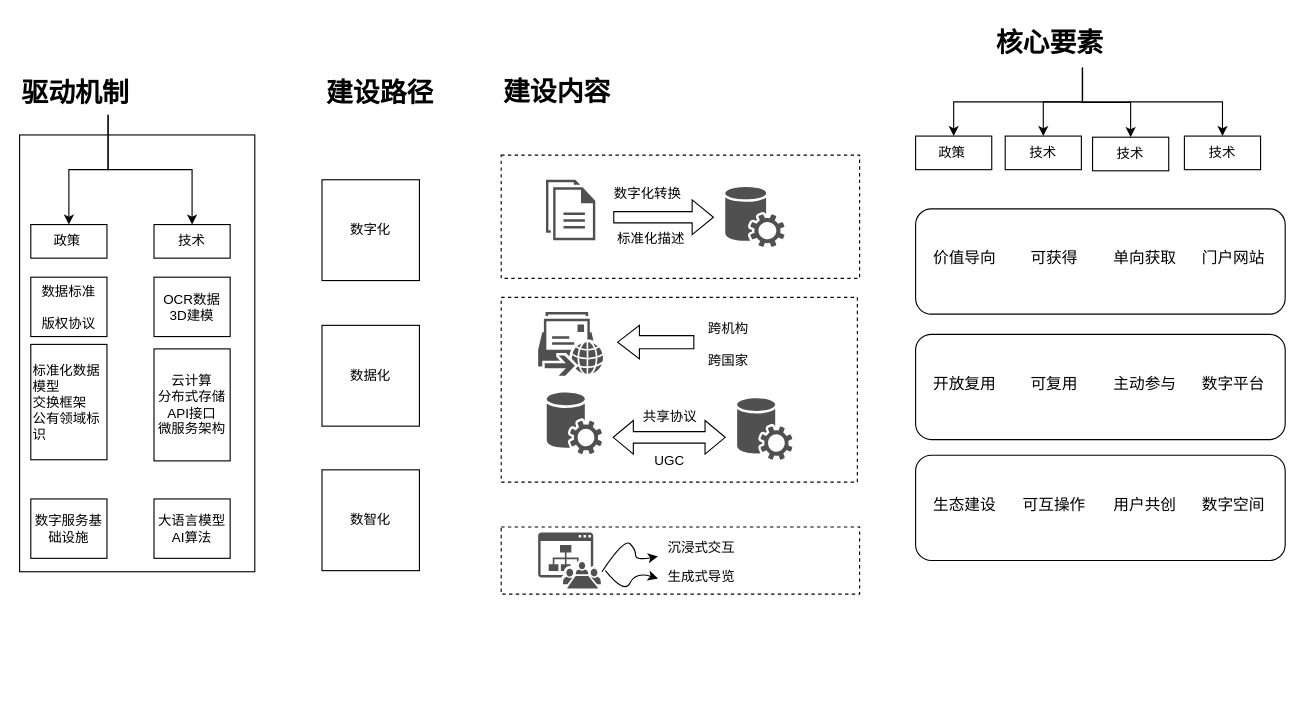
Before: 小宝架构1.drawio in Utah-wu/draw.io, a draw.io diagram. Source tidied: cells renumbered, new cells numbered last; positions are measured from the earlier drawing's top-left corner, leaving out a move shared by most shapes. Both pictures are drawn from the tidied source at 112%, with x=0, y=0 at pixel (19, 19).
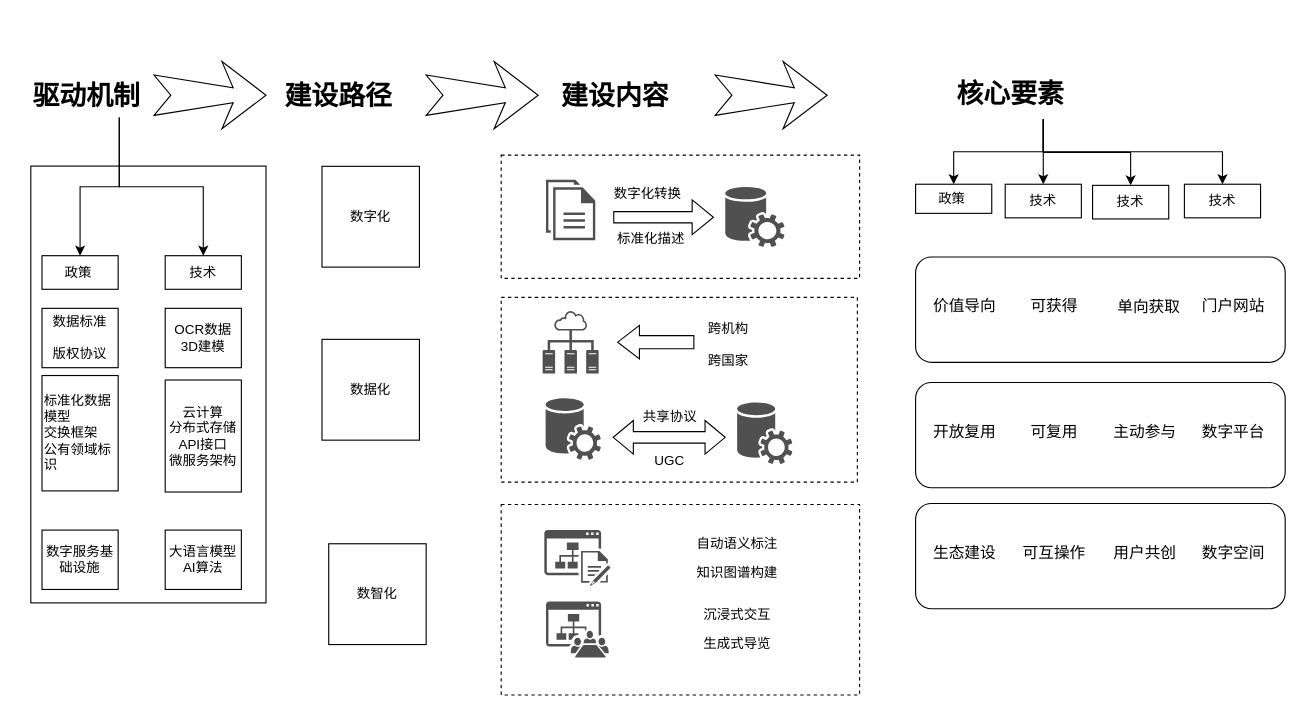
The same diagram, later.

Commit message (it also covers changes not shown here):
更新小宝架构1.drawio

Diff of the diagram source:
```diff
@@
     <mxCell id="3" style="rounded=0;whiteSpace=wrap;html=1;dashed=1;" parent="1" vertex="1">
-      <mxGeometry x="430" y="453" width="320" height="60" as="geometry" />
+      <mxGeometry x="430" y="433" width="320" height="170" as="geometry" />
     </mxCell>
@@
     <mxCell id="6" value="&lt;h1 style=&quot;margin-top: 0px;&quot;&gt;核心要素&lt;/h1&gt;" style="text;html=1;whiteSpace=wrap;overflow=hidden;rounded=0;" parent="1" vertex="1">
-      <mxGeometry x="870" width="158" height="43" as="geometry" />
+      <mxGeometry x="835" y="46" width="158" height="43" as="geometry" />
     </mxCell>
     <mxCell id="7" value="沉浸式交互" style="text;html=1;whiteSpace=wrap;strokeColor=none;fillColor=none;align=center;verticalAlign=middle;rounded=0;" parent="1" vertex="1">
-      <mxGeometry x="570" y="457" width="78" height="30" as="geometry" />
+      <mxGeometry x="602" y="516.5" width="78" height="30" as="geometry" />
     </mxCell>
     <mxCell id="8" value="生成式导览" style="text;html=1;whiteSpace=wrap;strokeColor=none;fillColor=none;align=center;verticalAlign=middle;rounded=0;" parent="1" vertex="1">
-      <mxGeometry x="570" y="483" width="78" height="30" as="geometry" />
+      <mxGeometry x="602" y="542.5" width="78" height="30" as="geometry" />
     </mxCell>
-    <mxCell id="9" style="curved=1;endArrow=classic;html=1;rounded=0;" parent="1" edge="1" target="7">
-      <mxGeometry relative="1" as="geometry">
-        <mxPoint x="520" y="493" as="sourcePoint" />
-        <Array as="points">
-          <mxPoint x="540" y="463" />
-          <mxPoint x="550" y="473" />
-          <mxPoint x="550" y="483" />
-        </Array>
-      </mxGeometry>
-    </mxCell>
-    <mxCell id="10" style="curved=1;endArrow=classic;html=1;rounded=0;" parent="1" edge="1">
-      <mxGeometry relative="1" as="geometry">
-        <mxPoint x="523" y="492" as="sourcePoint" />
-        <mxPoint x="570" y="499" as="targetPoint" />
-        <Array as="points">
-          <mxPoint x="540" y="513" />
-          <mxPoint x="550" y="493" />
-        </Array>
-      </mxGeometry>
-    </mxCell>
     <mxCell id="11" value="数字化" style="whiteSpace=wrap;html=1;" parent="1" vertex="1">
-      <mxGeometry x="270" y="143" width="87" height="90" as="geometry" />
+      <mxGeometry x="270" y="131" width="87" height="90" as="geometry" />
     </mxCell>
     <mxCell id="12" value="数据化" style="whiteSpace=wrap;html=1;" parent="1" vertex="1">
-      <mxGeometry x="270" y="273" width="87" height="90" as="geometry" />
+      <mxGeometry x="270" y="285.5" width="87" height="90" as="geometry" />
     </mxCell>
     <mxCell id="13" value="数智化" style="whiteSpace=wrap;html=1;" parent="1" vertex="1">
-      <mxGeometry x="270" y="402" width="87" height="90" as="geometry" />
+      <mxGeometry x="276" y="468" width="87" height="90" as="geometry" />
     </mxCell>
@@
-    <mxCell id="20" style="sketch=0;shadow=0;dashed=0;html=1;strokeColor=none;fillColor=#505050;labelPosition=center;verticalLabelPosition=bottom;verticalAlign=top;align=center;shape=mxgraph.office.communications.remote_move_request;" parent="1" vertex="1">
-      <mxGeometry x="463" y="261" width="58" height="57" as="geometry" />
-    </mxCell>
@@
     <mxCell id="23" style="sketch=0;shadow=0;dashed=0;html=1;strokeColor=none;fillColor=#505050;labelPosition=center;verticalLabelPosition=bottom;verticalAlign=top;align=center;shape=mxgraph.office.communications.central_management_service;" parent="1" vertex="1">
-      <mxGeometry x="470" y="333" width="50" height="55" as="geometry" />
+      <mxGeometry x="469" y="338" width="50" height="55" as="geometry" />
     </mxCell>
     <mxCell id="24" style="sketch=0;shadow=0;dashed=0;html=1;strokeColor=none;fillColor=#505050;labelPosition=center;verticalLabelPosition=bottom;verticalAlign=top;align=center;shape=mxgraph.office.communications.central_management_service;" parent="1" vertex="1">
-      <mxGeometry x="640" y="338" width="50" height="55" as="geometry" />
+      <mxGeometry x="640" y="341.8" width="50" height="55" as="geometry" />
     </mxCell>
@@
     <mxCell id="28" style="sketch=0;shadow=0;dashed=0;html=1;strokeColor=none;fillColor=#505050;labelPosition=center;verticalLabelPosition=bottom;verticalAlign=top;align=center;shape=mxgraph.office.sites.meeting_workspace_site;" parent="1" vertex="1">
-      <mxGeometry x="463" y="458" width="56" height="50" as="geometry" />
+      <mxGeometry x="470" y="519.5" width="56" height="50" as="geometry" />
     </mxCell>
     <mxCell id="29" style="rounded=0;whiteSpace=wrap;html=1;" parent="1" vertex="1">
-      <mxGeometry y="103" width="210" height="390" as="geometry" />
+      <mxGeometry x="10" y="130.8" width="210" height="390" as="geometry" />
     </mxCell>
@@
     <mxCell id="31" value="&lt;h1 style=&quot;margin-top: 0px;&quot;&gt;驱动机制&lt;/h1&gt;" style="text;html=1;whiteSpace=wrap;overflow=hidden;rounded=0;" parent="1" vertex="1">
-      <mxGeometry y="45" width="158" height="40" as="geometry" />
+      <mxGeometry x="10" y="47.5" width="158" height="40" as="geometry" />
     </mxCell>
     <mxCell id="32" value="技术" style="whiteSpace=wrap;html=1;align=center;verticalAlign=middle;newEdgeStyle={&quot;edgeStyle&quot;:&quot;elbowEdgeStyle&quot;,&quot;startArrow&quot;:&quot;none&quot;,&quot;endArrow&quot;:&quot;none&quot;};" parent="1" vertex="1">
-      <mxGeometry x="120" y="183" width="68" height="30" as="geometry" />
+      <mxGeometry x="130" y="210.8" width="68" height="30" as="geometry" />
     </mxCell>
     <mxCell id="33" value="政策&lt;span style=&quot;white-space: pre;&quot;&gt;&#9;&lt;/span&gt;" style="whiteSpace=wrap;html=1;align=center;verticalAlign=middle;newEdgeStyle={&quot;edgeStyle&quot;:&quot;elbowEdgeStyle&quot;,&quot;startArrow&quot;:&quot;none&quot;,&quot;endArrow&quot;:&quot;none&quot;};" parent="1" vertex="1">
-      <mxGeometry x="10" y="183" width="68" height="30" as="geometry" />
+      <mxGeometry x="20" y="210.8" width="68" height="30" as="geometry" />
     </mxCell>
-    <mxCell id="34" style="edgeStyle=orthogonalEdgeStyle;rounded=0;jettySize=auto;html=1;exitX=0.5;exitY=1;exitDx=0;exitDy=0;entryX=0.5;entryY=0;entryDx=0;entryDy=0;" parent="1" edge="1" source="31" target="32">
+    <mxCell id="34" style="edgeStyle=orthogonalEdgeStyle;rounded=0;jettySize=auto;html=1;entryX=0.5;entryY=0;entryDx=0;entryDy=0;exitX=0.5;exitY=1;exitDx=0;exitDy=0;" parent="1" edge="1" source="31" target="32">
       <mxGeometry relative="1" as="geometry" />
     </mxCell>
     <mxCell id="35" value="数据标准&lt;div&gt;&lt;br&gt;&lt;/div&gt;&lt;div&gt;版权协议&lt;/div&gt;" style="rounded=0;whiteSpace=wrap;html=1;" parent="1" vertex="1">
-      <mxGeometry x="10" y="230" width="68" height="53" as="geometry" />
+      <mxGeometry x="20" y="257.8" width="68" height="53" as="geometry" />
     </mxCell>
     <mxCell id="36" value="数字服务基础设施" style="rounded=0;whiteSpace=wrap;html=1;" parent="1" vertex="1">
-      <mxGeometry x="10" y="428" width="68" height="53" as="geometry" />
+      <mxGeometry x="20" y="455.8" width="68" height="53" as="geometry" />
     </mxCell>
     <mxCell id="37" value="云计算&lt;div&gt;分布式存储&lt;/div&gt;&lt;div&gt;API接口&lt;/div&gt;&lt;div&gt;微服务架构&lt;/div&gt;" style="rounded=0;whiteSpace=wrap;html=1;" parent="1" vertex="1">
-      <mxGeometry x="120" y="294" width="68" height="100" as="geometry" />
+      <mxGeometry x="130" y="321.8" width="68" height="100" as="geometry" />
     </mxCell>
     <mxCell id="38" value="OCR数据&lt;div&gt;3D建模&lt;/div&gt;" style="rounded=0;whiteSpace=wrap;html=1;" parent="1" vertex="1">
-      <mxGeometry x="120" y="230" width="68" height="53" as="geometry" />
+      <mxGeometry x="130" y="257.8" width="68" height="53" as="geometry" />
     </mxCell>
     <mxCell id="39" value="&lt;div&gt;标准化数据模型&lt;/div&gt;&lt;div&gt;交换框架&lt;/div&gt;&lt;div&gt;公有领域标识&lt;/div&gt;" style="rounded=0;whiteSpace=wrap;html=1;align=left;" parent="1" vertex="1">
-      <mxGeometry x="10" y="290" width="68" height="103" as="geometry" />
+      <mxGeometry x="20" y="317.8" width="68" height="103" as="geometry" />
     </mxCell>
     <mxCell id="40" value="大语言模型&lt;div&gt;AI算法&lt;/div&gt;" style="rounded=0;whiteSpace=wrap;html=1;" parent="1" vertex="1">
-      <mxGeometry x="120" y="428" width="68" height="53" as="geometry" />
+      <mxGeometry x="130" y="455.8" width="68" height="53" as="geometry" />
     </mxCell>
     <mxCell id="41" value="技术" style="whiteSpace=wrap;html=1;align=center;verticalAlign=middle;newEdgeStyle={&quot;edgeStyle&quot;:&quot;elbowEdgeStyle&quot;,&quot;startArrow&quot;:&quot;none&quot;,&quot;endArrow&quot;:&quot;none&quot;};" parent="1" vertex="1">
-      <mxGeometry x="880" y="104" width="68" height="30" as="geometry" />
+      <mxGeometry x="880" y="147" width="68" height="30" as="geometry" />
     </mxCell>
     <mxCell id="42" value="政策&lt;span style=&quot;white-space: pre;&quot;&gt;&#9;&lt;/span&gt;" style="whiteSpace=wrap;html=1;align=center;verticalAlign=middle;newEdgeStyle={&quot;edgeStyle&quot;:&quot;elbowEdgeStyle&quot;,&quot;startArrow&quot;:&quot;none&quot;,&quot;endArrow&quot;:&quot;none&quot;};" parent="1" vertex="1">
-      <mxGeometry x="800" y="104" width="68" height="30" as="geometry" />
+      <mxGeometry x="800" y="147" width="68" height="26" as="geometry" />
     </mxCell>
     <mxCell id="43" value="技术" style="whiteSpace=wrap;html=1;align=center;verticalAlign=middle;newEdgeStyle={&quot;edgeStyle&quot;:&quot;elbowEdgeStyle&quot;,&quot;startArrow&quot;:&quot;none&quot;,&quot;endArrow&quot;:&quot;none&quot;};" parent="1" vertex="1">
-      <mxGeometry x="958" y="105" width="68" height="30" as="geometry" />
+      <mxGeometry x="958" y="148" width="68" height="30" as="geometry" />
     </mxCell>
     <mxCell id="44" value="技术" style="whiteSpace=wrap;html=1;align=center;verticalAlign=middle;newEdgeStyle={&quot;edgeStyle&quot;:&quot;elbowEdgeStyle&quot;,&quot;startArrow&quot;:&quot;none&quot;,&quot;endArrow&quot;:&quot;none&quot;};" parent="1" vertex="1">
-      <mxGeometry x="1040" y="104" width="68" height="30" as="geometry" />
+      <mxGeometry x="1040" y="147" width="68" height="30" as="geometry" />
     </mxCell>
@@
     <mxCell id="48" style="group;" parent="1" vertex="1">
-      <mxGeometry x="800" y="169" width="330" height="314" as="geometry" />
+      <mxGeometry x="800" y="212" width="330" height="314" as="geometry" />
     </mxCell>
@@
     <mxCell id="52" value="单向获取" style="text;html=1;whiteSpace=wrap;strokeColor=none;fillColor=none;align=center;verticalAlign=middle;rounded=0;fontSize=14;" parent="48" vertex="1">
-      <mxGeometry x="175.5" y="29" width="58" height="30" as="geometry" />
+      <mxGeometry x="175.5" y="29" width="64.5" height="31" as="geometry" />
     </mxCell>
@@
     <mxCell id="64" value="&lt;h1 style=&quot;margin-top: 0px;&quot;&gt;建设路径&lt;/h1&gt;" style="text;html=1;whiteSpace=wrap;overflow=hidden;rounded=0;" parent="1" vertex="1">
-      <mxGeometry x="272" y="45" width="158" height="40" as="geometry" />
+      <mxGeometry x="234.5" y="47.5" width="158" height="40" as="geometry" />
     </mxCell>
     <mxCell id="65" value="&lt;h1 style=&quot;margin-top: 0px;&quot;&gt;建设内容&lt;/h1&gt;" style="text;html=1;whiteSpace=wrap;overflow=hidden;rounded=0;" parent="1" vertex="1">
-      <mxGeometry x="430" y="44" width="158" height="40" as="geometry" />
+      <mxGeometry x="482" y="47.5" width="158" height="40" as="geometry" />
     </mxCell>
+    <mxCell id="66" style="html=1;shadow=0;dashed=0;align=center;verticalAlign=middle;shape=mxgraph.arrows2.stylisedArrow;dy=0.78;dx=29.33;notch=15;feather=0.4;" parent="1" vertex="1">
+      <mxGeometry x="120" y="37.5" width="100" height="60" as="geometry" />
+    </mxCell>
+    <mxCell id="67" style="html=1;shadow=0;dashed=0;align=center;verticalAlign=middle;shape=mxgraph.arrows2.stylisedArrow;dy=0.78;dx=29.33;notch=15;feather=0.4;" parent="1" vertex="1">
+      <mxGeometry x="363" y="37.5" width="100" height="60" as="geometry" />
+    </mxCell>
+    <mxCell id="68" style="html=1;shadow=0;dashed=0;align=center;verticalAlign=middle;shape=mxgraph.arrows2.stylisedArrow;dy=0.78;dx=29.33;notch=15;feather=0.4;" parent="1" vertex="1">
+      <mxGeometry x="621" y="37.5" width="100" height="60" as="geometry" />
+    </mxCell>
+    <mxCell id="69" style="sketch=0;shadow=0;dashed=0;html=1;strokeColor=none;fillColor=#505050;labelPosition=center;verticalLabelPosition=bottom;verticalAlign=top;align=center;shape=mxgraph.office.concepts.technical_diagram;" parent="1" vertex="1">
+      <mxGeometry x="467" y="260" width="50" height="56" as="geometry" />
+    </mxCell>
+    <mxCell id="70" style="sketch=0;shadow=0;dashed=0;html=1;strokeColor=none;fillColor=#505050;labelPosition=center;verticalLabelPosition=bottom;verticalAlign=top;align=center;shape=mxgraph.office.sites.wiki_site;" parent="1" vertex="1">
+      <mxGeometry x="468.5" y="455.8" width="59" height="50" as="geometry" />
+    </mxCell>
+    <mxCell id="71" value="自动语义标注" style="text;html=1;whiteSpace=wrap;strokeColor=none;fillColor=none;align=center;verticalAlign=middle;rounded=0;" parent="1" vertex="1">
+      <mxGeometry x="602" y="452.8" width="78" height="30" as="geometry" />
+    </mxCell>
+    <mxCell id="72" value="知识图谱构建" style="text;html=1;whiteSpace=wrap;strokeColor=none;fillColor=none;align=center;verticalAlign=middle;rounded=0;" parent="1" vertex="1">
+      <mxGeometry x="602" y="478.8" width="78" height="30" as="geometry" />
+    </mxCell>
```
